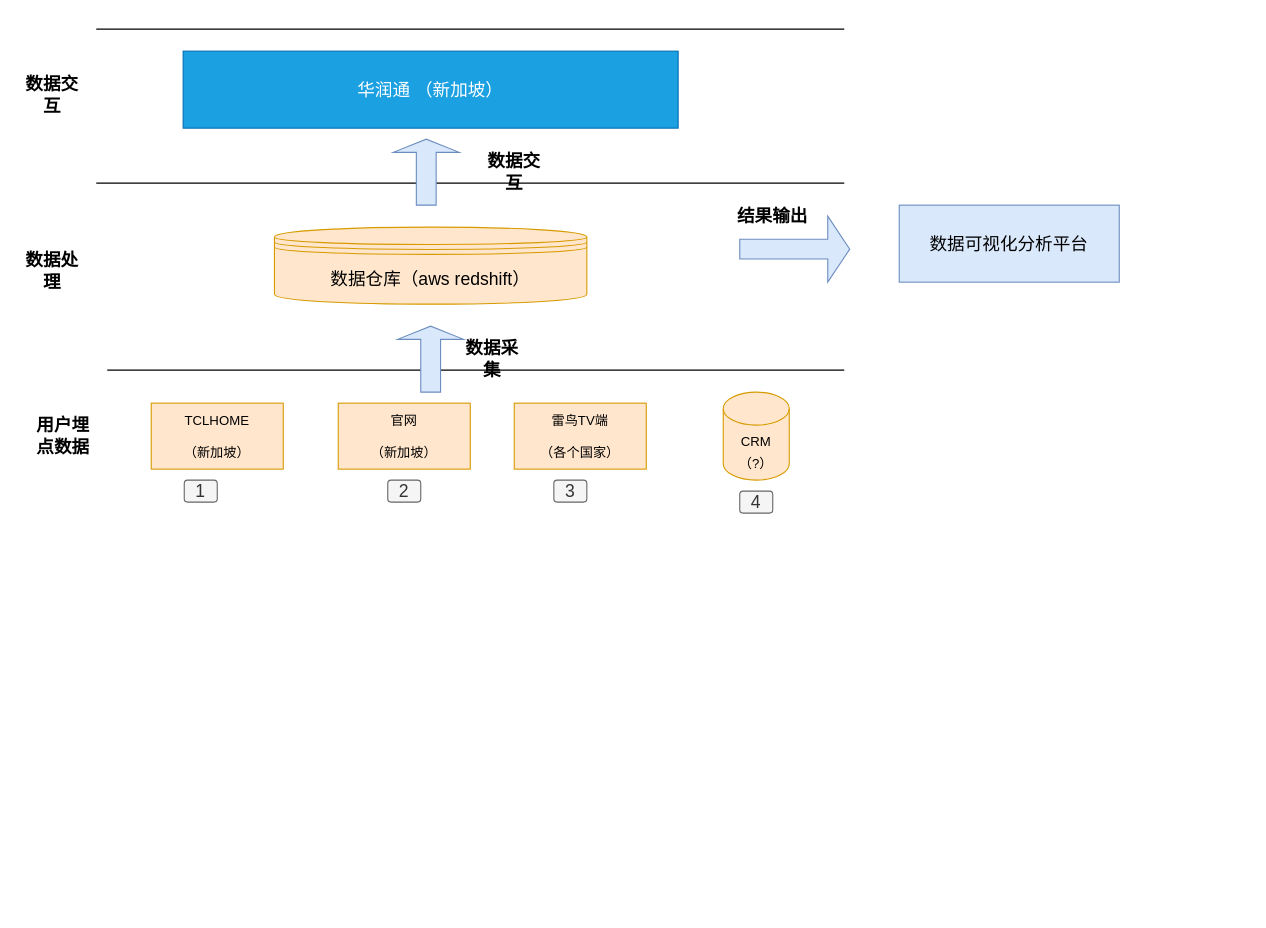
Before: Untitled Diagram.drawio in niexiongchao/DRAW_IO, a draw.io diagram. Source tidied: cells renumbered, new cells numbered last; positions are measured from the earlier drawing's top-left corner, leaving out a move shared by most shapes. Both pictures are drawn from the tidied source at 110%, with x=0, y=0 at pixel (19, 29).
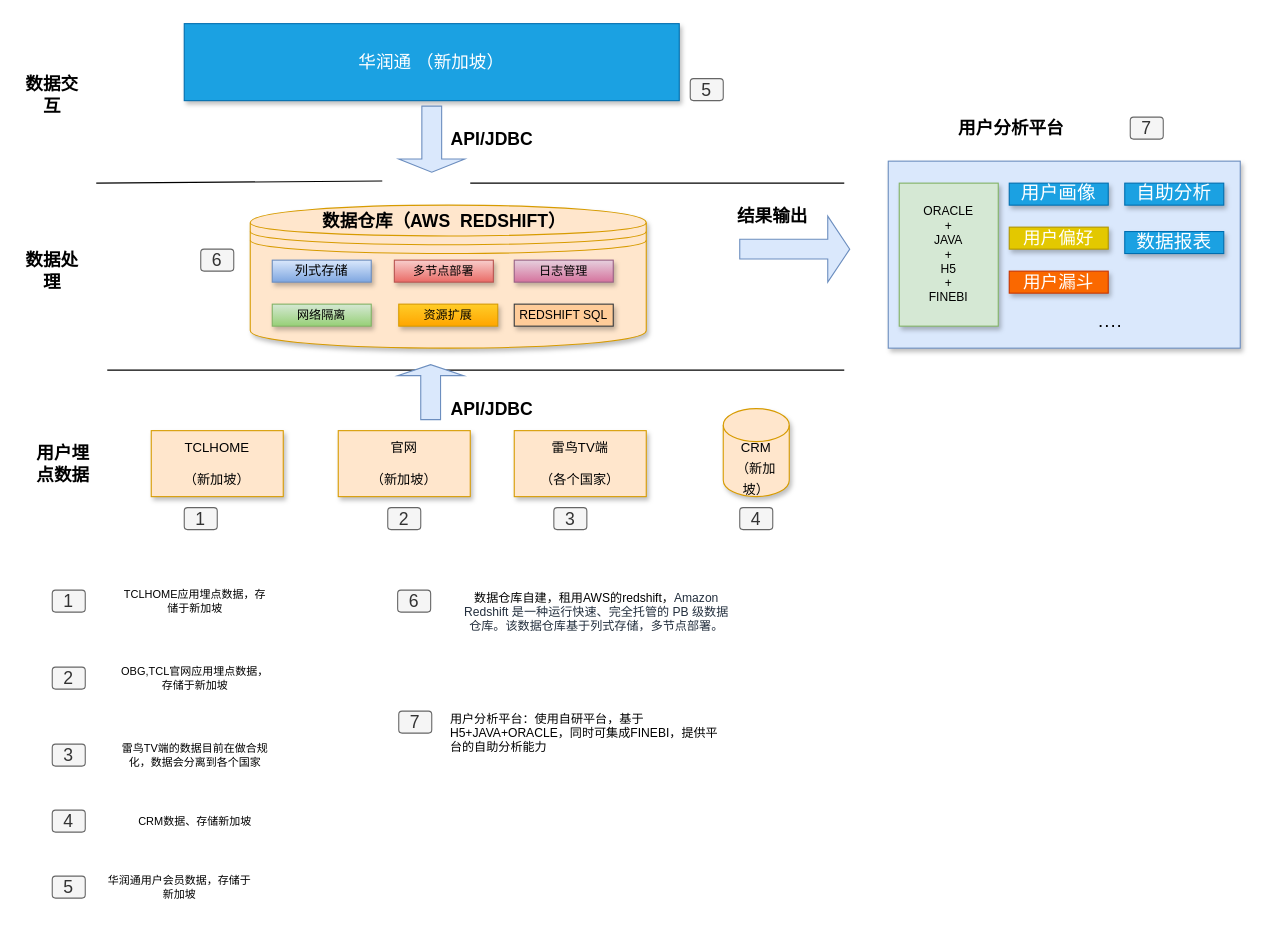
Above is the later version.

What changed in the source:
```diff
@@
-    <mxCell id="2" style="endArrow=none;html=1;" parent="1" edge="1">
-      <mxGeometry relative="1" as="geometry">
-        <mxPoint x="70" as="sourcePoint" />
-        <mxPoint x="750" as="targetPoint" />
-      </mxGeometry>
-    </mxCell>
@@
-    <mxCell id="4" value="TCLHOME&lt;br&gt;&lt;br&gt;（新加坡）" style="rounded=0;whiteSpace=wrap;html=1;fillColor=#ffe6cc;strokeColor=#d79b00;" parent="1" vertex="1">
-      <mxGeometry x="120" y="340" width="120" height="60" as="geometry" />
+    <mxCell id="4" value="TCLHOME&lt;br&gt;&lt;br&gt;（新加坡）" style="rounded=0;whiteSpace=wrap;html=1;fillColor=#ffe6cc;strokeColor=#d79b00;shadow=1;" parent="1" vertex="1">
+      <mxGeometry x="120" y="365" width="120" height="60" as="geometry" />
     </mxCell>
-    <mxCell id="5" value="官网&lt;br&gt;&lt;br&gt;（新加坡）" style="rounded=0;whiteSpace=wrap;html=1;fillColor=#ffe6cc;strokeColor=#d79b00;" parent="1" vertex="1">
-      <mxGeometry x="290" y="340" width="120" height="60" as="geometry" />
+    <mxCell id="5" value="官网&lt;br&gt;&lt;br&gt;（新加坡）" style="rounded=0;whiteSpace=wrap;html=1;fillColor=#ffe6cc;strokeColor=#d79b00;shadow=1;" parent="1" vertex="1">
+      <mxGeometry x="290" y="365" width="120" height="60" as="geometry" />
     </mxCell>
-    <mxCell id="6" value="雷鸟TV端&lt;br&gt;&lt;br&gt;（各个国家）" style="rounded=0;whiteSpace=wrap;html=1;fillColor=#ffe6cc;strokeColor=#d79b00;" parent="1" vertex="1">
-      <mxGeometry x="450" y="340" width="120" height="60" as="geometry" />
+    <mxCell id="6" value="雷鸟TV端&lt;br&gt;&lt;br&gt;（各个国家）" style="rounded=0;whiteSpace=wrap;html=1;fillColor=#ffe6cc;strokeColor=#d79b00;shadow=1;" parent="1" vertex="1">
+      <mxGeometry x="450" y="365" width="120" height="60" as="geometry" />
     </mxCell>
     <mxCell id="7" value="用户埋点数据" style="text;html=1;strokeColor=none;fillColor=none;align=center;verticalAlign=middle;whiteSpace=wrap;rounded=0;fontStyle=1;fontSize=16;" parent="1" vertex="1">
-      <mxGeometry x="10" y="360" width="60" height="20" as="geometry" />
+      <mxGeometry x="10" y="385" width="60" height="20" as="geometry" />
     </mxCell>
-    <mxCell id="8" value="&lt;span style=&quot;font-size: 12px&quot;&gt;CRM&lt;br&gt;（?）&lt;br&gt;&lt;/span&gt;" style="shape=cylinder3;whiteSpace=wrap;html=1;boundedLbl=1;backgroundOutline=1;size=15;fontSize=16;fillColor=#ffe6cc;strokeColor=#d79b00;" parent="1" vertex="1">
-      <mxGeometry x="640" y="330" width="60" height="80" as="geometry" />
+    <mxCell id="8" value="&lt;span style=&quot;font-size: 12px&quot;&gt;CRM&lt;br&gt;（新加坡）&lt;br&gt;&lt;/span&gt;" style="shape=cylinder3;whiteSpace=wrap;html=1;boundedLbl=1;backgroundOutline=1;size=15;fontSize=16;fillColor=#ffe6cc;strokeColor=#d79b00;shadow=1;" parent="1" vertex="1">
+      <mxGeometry x="640" y="345" width="60" height="80" as="geometry" />
     </mxCell>
     <mxCell id="9" style="shape=singleArrow;direction=north;whiteSpace=wrap;html=1;fontSize=16;fillColor=#dae8fc;strokeColor=#6c8ebf;" parent="1" vertex="1">
-      <mxGeometry x="344" y="270" width="60" height="60" as="geometry" />
+      <mxGeometry x="344" y="305" width="60" height="50" as="geometry" />
     </mxCell>
-    <mxCell id="10" value="数据仓库（aws redshift）" style="shape=datastore;whiteSpace=wrap;html=1;fontSize=16;fillColor=#ffe6cc;strokeColor=#d79b00;" parent="1" vertex="1">
-      <mxGeometry x="232" y="180" width="284" height="70" as="geometry" />
+    <mxCell id="10" style="shape=datastore;whiteSpace=wrap;html=1;fontSize=16;fillColor=#ffe6cc;strokeColor=#d79b00;shadow=1;" parent="1" vertex="1">
+      <mxGeometry x="210" y="160" width="360" height="130" as="geometry" />
     </mxCell>
@@
-    <mxCell id="12" value="华润通 （新加坡）" style="rounded=0;whiteSpace=wrap;html=1;fontSize=16;fillColor=#1ba1e2;strokeColor=#006EAF;fontColor=#ffffff;" parent="1" vertex="1">
-      <mxGeometry x="149" y="20" width="450" height="70" as="geometry" />
+    <mxCell id="12" value="华润通 （新加坡）" style="rounded=0;whiteSpace=wrap;html=1;fontSize=16;fillColor=#1ba1e2;strokeColor=#006EAF;fontColor=#ffffff;shadow=1;" parent="1" vertex="1">
+      <mxGeometry x="150" y="-5" width="450" height="70" as="geometry" />
     </mxCell>
-    <mxCell id="13" value="数据可视化分析平台" style="rounded=0;whiteSpace=wrap;html=1;fontSize=16;fillColor=#dae8fc;strokeColor=#6c8ebf;" parent="1" vertex="1">
-      <mxGeometry x="800" y="160" width="200" height="70" as="geometry" />
+    <mxCell id="13" style="rounded=0;whiteSpace=wrap;html=1;fontSize=16;fillColor=#dae8fc;strokeColor=#6c8ebf;align=center;shadow=1;" parent="1" vertex="1">
+      <mxGeometry x="790" y="120" width="320" height="170" as="geometry" />
     </mxCell>
     <mxCell id="14" value="1" style="text;html=1;strokeColor=#666666;align=center;verticalAlign=middle;whiteSpace=wrap;rounded=1;fontSize=16;fillColor=#f5f5f5;fontColor=#333333;" parent="1" vertex="1">
-      <mxGeometry x="150" y="410" width="30" height="20" as="geometry" />
+      <mxGeometry x="150" y="435" width="30" height="20" as="geometry" />
     </mxCell>
     <mxCell id="15" value="2" style="text;html=1;strokeColor=#666666;align=center;verticalAlign=middle;whiteSpace=wrap;rounded=1;fontSize=16;fillColor=#f5f5f5;fontColor=#333333;" parent="1" vertex="1">
-      <mxGeometry x="335" y="410" width="30" height="20" as="geometry" />
+      <mxGeometry x="335" y="435" width="30" height="20" as="geometry" />
     </mxCell>
     <mxCell id="16" value="3" style="text;html=1;strokeColor=#666666;align=center;verticalAlign=middle;whiteSpace=wrap;rounded=1;fontSize=16;fillColor=#f5f5f5;fontColor=#333333;" parent="1" vertex="1">
-      <mxGeometry x="486" y="410" width="30" height="20" as="geometry" />
+      <mxGeometry x="486" y="435" width="30" height="20" as="geometry" />
     </mxCell>
     <mxCell id="17" value="4" style="text;html=1;strokeColor=#666666;align=center;verticalAlign=middle;whiteSpace=wrap;rounded=1;fontSize=16;fillColor=#f5f5f5;fontColor=#333333;" parent="1" vertex="1">
-      <mxGeometry x="655" y="420" width="30" height="20" as="geometry" />
+      <mxGeometry x="655" y="435" width="30" height="20" as="geometry" />
     </mxCell>
@@
     <mxCell id="19" style="endArrow=none;html=1;" parent="1" edge="1">
       <mxGeometry relative="1" as="geometry">
-        <mxPoint x="70" y="140" as="sourcePoint" />
+        <mxPoint x="410" y="140" as="sourcePoint" />
         <mxPoint x="750" y="140" as="targetPoint" />
       </mxGeometry>
     </mxCell>
-    <mxCell id="20" value="数据采集" style="text;html=1;strokeColor=none;fillColor=none;align=center;verticalAlign=middle;whiteSpace=wrap;rounded=0;fontStyle=1;fontSize=16;" parent="1" vertex="1">
-      <mxGeometry x="400" y="290" width="60" height="20" as="geometry" />
+    <mxCell id="20" value="API/JDBC" style="text;html=1;strokeColor=none;fillColor=none;align=center;verticalAlign=middle;whiteSpace=wrap;rounded=0;fontStyle=1;fontSize=16;" parent="1" vertex="1">
+      <mxGeometry x="400" y="335" width="60" height="20" as="geometry" />
     </mxCell>
-    <mxCell id="21" value="数据交互" style="text;html=1;strokeColor=none;fillColor=none;align=center;verticalAlign=middle;whiteSpace=wrap;rounded=0;fontStyle=1;fontSize=16;" parent="1" vertex="1">
-      <mxGeometry x="420" y="120" width="60" height="20" as="geometry" />
-    </mxCell>
@@
-    <mxCell id="23" style="shape=singleArrow;direction=north;whiteSpace=wrap;html=1;fontSize=16;fillColor=#dae8fc;strokeColor=#6c8ebf;" parent="1" vertex="1">
-      <mxGeometry x="340" y="100" width="60" height="60" as="geometry" />
-    </mxCell>
@@
+    <mxCell id="25" style="shape=singleArrow;direction=south;whiteSpace=wrap;html=1;strokeColor=#6c8ebf;fillColor=#dae8fc;gradientColor=none;fontSize=16;fontColor=#000000;" parent="1" vertex="1">
+      <mxGeometry x="345" y="70" width="60" height="60" as="geometry" />
+    </mxCell>
+    <mxCell id="26" style="endArrow=none;html=1;" parent="1" edge="1">
+      <mxGeometry relative="1" as="geometry">
+        <mxPoint x="70" y="140" as="sourcePoint" />
+        <mxPoint x="330" y="138" as="targetPoint" />
+      </mxGeometry>
+    </mxCell>
+    <mxCell id="27" value="用户画像" style="text;html=1;strokeColor=#006EAF;fillColor=#1ba1e2;align=center;verticalAlign=middle;whiteSpace=wrap;rounded=0;fontSize=17;fontColor=#ffffff;shadow=1;" parent="1" vertex="1">
+      <mxGeometry x="900" y="140" width="90" height="20" as="geometry" />
+    </mxCell>
+    <mxCell id="28" value="用户偏好" style="text;html=1;strokeColor=#B09500;fillColor=#e3c800;align=center;verticalAlign=middle;whiteSpace=wrap;rounded=0;fontSize=16;fontColor=#ffffff;shadow=1;" parent="1" vertex="1">
+      <mxGeometry x="900" y="180" width="90" height="20" as="geometry" />
+    </mxCell>
+    <mxCell id="29" value="用户漏斗" style="text;html=1;strokeColor=#C73500;fillColor=#fa6800;align=center;verticalAlign=middle;whiteSpace=wrap;rounded=0;fontSize=16;fontColor=#ffffff;shadow=1;" parent="1" vertex="1">
+      <mxGeometry x="900" y="220" width="90" height="20" as="geometry" />
+    </mxCell>
+    <mxCell id="30" style="edgeStyle=orthogonalEdgeStyle;rounded=0;orthogonalLoop=1;jettySize=auto;html=1;exitX=0.5;exitY=1;exitDx=0;exitDy=0;fontSize=17;fontColor=#000000;" parent="1" edge="1" source="29" target="29">
+      <mxGeometry relative="1" as="geometry" />
+    </mxCell>
+    <mxCell id="31" value="1" style="text;html=1;strokeColor=#666666;align=center;verticalAlign=middle;whiteSpace=wrap;rounded=1;fontSize=16;fillColor=#f5f5f5;fontColor=#333333;" parent="1" vertex="1">
+      <mxGeometry x="30" y="510" width="30" height="20" as="geometry" />
+    </mxCell>
+    <mxCell id="32" value="TCLHOME应用埋点数据，存储于新加坡" style="text;html=1;strokeColor=none;fillColor=none;align=center;verticalAlign=middle;whiteSpace=wrap;rounded=0;fontSize=10;fontColor=#000000;" parent="1" vertex="1">
+      <mxGeometry x="90" y="500" width="140" height="40" as="geometry" />
+    </mxCell>
+    <mxCell id="33" value="用户分析平台" style="text;html=1;strokeColor=none;fillColor=none;align=center;verticalAlign=middle;whiteSpace=wrap;rounded=0;fontSize=16;fontColor=#000000;fontStyle=1;" parent="1" vertex="1">
+      <mxGeometry x="817" y="80" width="170" height="20" as="geometry" />
+    </mxCell>
+    <mxCell id="34" value="····" style="text;html=1;strokeColor=none;fillColor=none;align=center;verticalAlign=middle;whiteSpace=wrap;rounded=0;fontSize=17;fontColor=#000000;" parent="1" vertex="1">
+      <mxGeometry x="972" y="260" width="40" height="20" as="geometry" />
+    </mxCell>
+    <mxCell id="35" value="2" style="text;html=1;strokeColor=#666666;align=center;verticalAlign=middle;whiteSpace=wrap;rounded=1;fontSize=16;fillColor=#f5f5f5;fontColor=#333333;" parent="1" vertex="1">
+      <mxGeometry x="30" y="580" width="30" height="20" as="geometry" />
+    </mxCell>
+    <mxCell id="36" value="OBG,TCL官网应用埋点数据，存储于新加坡" style="text;html=1;strokeColor=none;fillColor=none;align=center;verticalAlign=middle;whiteSpace=wrap;rounded=0;fontSize=10;fontColor=#000000;" parent="1" vertex="1">
+      <mxGeometry x="90" y="570" width="140" height="40" as="geometry" />
+    </mxCell>
+    <mxCell id="37" value="3" style="text;html=1;strokeColor=#666666;align=center;verticalAlign=middle;whiteSpace=wrap;rounded=1;fontSize=16;fillColor=#f5f5f5;fontColor=#333333;" parent="1" vertex="1">
+      <mxGeometry x="30" y="650" width="30" height="20" as="geometry" />
+    </mxCell>
+    <mxCell id="38" value="雷鸟TV端的数据目前在做合规化，数据会分离到各个国家" style="text;html=1;strokeColor=none;fillColor=none;align=center;verticalAlign=middle;whiteSpace=wrap;rounded=0;fontSize=10;fontColor=#000000;" parent="1" vertex="1">
+      <mxGeometry x="90" y="640" width="140" height="40" as="geometry" />
+    </mxCell>
+    <mxCell id="39" value="4" style="text;html=1;strokeColor=#666666;align=center;verticalAlign=middle;whiteSpace=wrap;rounded=1;fontSize=16;fillColor=#f5f5f5;fontColor=#333333;" parent="1" vertex="1">
+      <mxGeometry x="30" y="710" width="30" height="20" as="geometry" />
+    </mxCell>
+    <mxCell id="40" value="CRM数据、存储新加坡" style="text;html=1;strokeColor=none;fillColor=none;align=center;verticalAlign=middle;whiteSpace=wrap;rounded=0;fontSize=10;fontColor=#000000;" parent="1" vertex="1">
+      <mxGeometry x="90" y="700" width="140" height="40" as="geometry" />
+    </mxCell>
+    <mxCell id="41" value="5" style="text;html=1;strokeColor=#666666;align=center;verticalAlign=middle;whiteSpace=wrap;rounded=1;fontSize=16;fillColor=#f5f5f5;fontColor=#333333;" parent="1" vertex="1">
+      <mxGeometry x="30" y="770" width="30" height="20" as="geometry" />
+    </mxCell>
+    <mxCell id="42" value="5" style="text;html=1;strokeColor=#666666;align=center;verticalAlign=middle;whiteSpace=wrap;rounded=1;fontSize=16;fillColor=#f5f5f5;fontColor=#333333;" parent="1" vertex="1">
+      <mxGeometry x="610" y="45" width="30" height="20" as="geometry" />
+    </mxCell>
+    <mxCell id="43" value="华润通用户会员数据，存储于新加坡" style="text;html=1;strokeColor=none;fillColor=none;align=center;verticalAlign=middle;whiteSpace=wrap;rounded=0;fontSize=10;fontColor=#000000;" parent="1" vertex="1">
+      <mxGeometry x="76" y="760" width="140" height="40" as="geometry" />
+    </mxCell>
+    <mxCell id="44" value="6" style="text;html=1;strokeColor=#666666;align=center;verticalAlign=middle;whiteSpace=wrap;rounded=1;fontSize=16;fillColor=#f5f5f5;fontColor=#333333;" parent="1" vertex="1">
+      <mxGeometry x="165" y="200" width="30" height="20" as="geometry" />
+    </mxCell>
+    <mxCell id="45" value="6" style="text;html=1;strokeColor=#666666;align=center;verticalAlign=middle;whiteSpace=wrap;rounded=1;fontSize=16;fillColor=#f5f5f5;fontColor=#333333;" parent="1" vertex="1">
+      <mxGeometry x="344" y="510" width="30" height="20" as="geometry" />
+    </mxCell>
+    <mxCell id="46" value="API/JDBC" style="text;html=1;strokeColor=none;fillColor=none;align=center;verticalAlign=middle;whiteSpace=wrap;rounded=0;fontStyle=1;fontSize=16;" parent="1" vertex="1">
+      <mxGeometry x="400" y="90" width="60" height="20" as="geometry" />
+    </mxCell>
+    <mxCell id="47" value="&lt;font style=&quot;font-size: 11px&quot;&gt;数据仓库自建，租用AWS的redshift，&lt;span style=&quot;color: rgb(35 , 47 , 62) ; text-align: left ; background-color: rgb(255 , 255 , 255) ; font-size: 11px&quot;&gt;Amazon Redshift 是一种运行快速、完全托管的 PB 级数据仓库。该数据仓库基于列式存储，多节点部署。&lt;/span&gt;&lt;/font&gt;" style="text;html=1;strokeColor=none;fillColor=none;align=center;verticalAlign=middle;whiteSpace=wrap;rounded=0;fontSize=10;fontColor=#000000;" parent="1" vertex="1">
+      <mxGeometry x="400" y="500" width="250" height="60" as="geometry" />
+    </mxCell>
+    <mxCell id="48" value="数据仓库（AWS&amp;nbsp; REDSHIFT）" style="text;html=1;strokeColor=none;fillColor=none;align=center;verticalAlign=middle;whiteSpace=wrap;rounded=0;fontSize=16;fontColor=#000000;fontStyle=1;" parent="1" vertex="1">
+      <mxGeometry x="273.5" y="164" width="225" height="20" as="geometry" />
+    </mxCell>
+    <mxCell id="49" value="列式存储" style="text;html=1;strokeColor=#6c8ebf;fillColor=#dae8fc;align=center;verticalAlign=middle;whiteSpace=wrap;rounded=0;fontSize=12;gradientColor=#7ea6e0;shadow=1;" parent="1" vertex="1">
+      <mxGeometry x="230" y="210" width="90" height="20" as="geometry" />
+    </mxCell>
+    <mxCell id="50" value="多节点部署" style="text;html=1;strokeColor=#b85450;fillColor=#f8cecc;align=center;verticalAlign=middle;whiteSpace=wrap;rounded=0;fontSize=11;gradientColor=#ea6b66;shadow=1;" parent="1" vertex="1">
+      <mxGeometry x="341" y="210" width="90" height="20" as="geometry" />
+    </mxCell>
+    <mxCell id="51" value="日志管理" style="text;html=1;strokeColor=#996185;fillColor=#e6d0de;align=center;verticalAlign=middle;whiteSpace=wrap;rounded=0;fontSize=11;gradientColor=#d5739d;shadow=1;" parent="1" vertex="1">
+      <mxGeometry x="450" y="210" width="90" height="20" as="geometry" />
+    </mxCell>
+    <mxCell id="52" value="网络隔离" style="text;html=1;strokeColor=#82b366;fillColor=#d5e8d4;align=center;verticalAlign=middle;whiteSpace=wrap;rounded=0;fontSize=11;gradientColor=#97d077;shadow=1;" parent="1" vertex="1">
+      <mxGeometry x="230" y="250" width="90" height="20" as="geometry" />
+    </mxCell>
+    <mxCell id="53" value="资源扩展" style="text;html=1;strokeColor=#d79b00;fillColor=#ffcd28;align=center;verticalAlign=middle;whiteSpace=wrap;rounded=0;fontSize=11;gradientColor=#ffa500;shadow=1;" parent="1" vertex="1">
+      <mxGeometry x="345" y="250" width="90" height="20" as="geometry" />
+    </mxCell>
+    <mxCell id="54" value="REDSHIFT SQL" style="text;html=1;strokeColor=#36393d;fillColor=#ffcc99;align=center;verticalAlign=middle;whiteSpace=wrap;rounded=0;fontSize=11;shadow=1;" parent="1" vertex="1">
+      <mxGeometry x="450" y="250" width="90" height="20" as="geometry" />
+    </mxCell>
+    <mxCell id="55" value="自助分析" style="text;html=1;strokeColor=#006EAF;fillColor=#1ba1e2;align=center;verticalAlign=middle;whiteSpace=wrap;rounded=0;fontSize=17;fontColor=#ffffff;shadow=1;" parent="1" vertex="1">
+      <mxGeometry x="1005" y="140" width="90" height="20" as="geometry" />
+    </mxCell>
+    <mxCell id="56" value="数据报表" style="text;html=1;strokeColor=#006EAF;fillColor=#1ba1e2;align=center;verticalAlign=middle;whiteSpace=wrap;rounded=0;fontSize=17;fontColor=#ffffff;shadow=1;" parent="1" vertex="1">
+      <mxGeometry x="1005" y="184" width="90" height="20" as="geometry" />
+    </mxCell>
+    <mxCell id="57" value="7" style="text;html=1;strokeColor=#666666;align=center;verticalAlign=middle;whiteSpace=wrap;rounded=1;fontSize=16;fillColor=#f5f5f5;fontColor=#333333;" parent="1" vertex="1">
+      <mxGeometry x="1010" y="80" width="30" height="20" as="geometry" />
+    </mxCell>
+    <mxCell id="58" value="ORACLE&lt;br style=&quot;font-size: 11px&quot;&gt;+&lt;br style=&quot;font-size: 11px&quot;&gt;JAVA&lt;br style=&quot;font-size: 11px&quot;&gt;+&lt;br style=&quot;font-size: 11px&quot;&gt;H5&lt;br&gt;+&lt;br&gt;FINEBI" style="text;html=1;align=center;verticalAlign=middle;whiteSpace=wrap;rounded=0;fontSize=11;shadow=1;fillColor=#d5e8d4;strokeColor=#82b366;" parent="1" vertex="1">
+      <mxGeometry x="800" y="140" width="90" height="130" as="geometry" />
+    </mxCell>
+    <mxCell id="59" value="7" style="text;html=1;strokeColor=#666666;align=center;verticalAlign=middle;whiteSpace=wrap;rounded=1;fontSize=16;fillColor=#f5f5f5;fontColor=#333333;" parent="1" vertex="1">
+      <mxGeometry x="345" y="620" width="30" height="20" as="geometry" />
+    </mxCell>
+    <mxCell id="60" value="&lt;span style=&quot;font-size: 11px&quot;&gt;用户分析平台：使用自研平台，基于H5+JAVA+ORACLE，同时可集成FINEBI，提供平台的自助分析能力&lt;/span&gt;" style="text;html=1;strokeColor=none;fillColor=none;align=left;verticalAlign=middle;whiteSpace=wrap;rounded=0;fontSize=10;fontColor=#000000;" parent="1" vertex="1">
+      <mxGeometry x="390" y="610" width="250" height="60" as="geometry" />
+    </mxCell>
```
